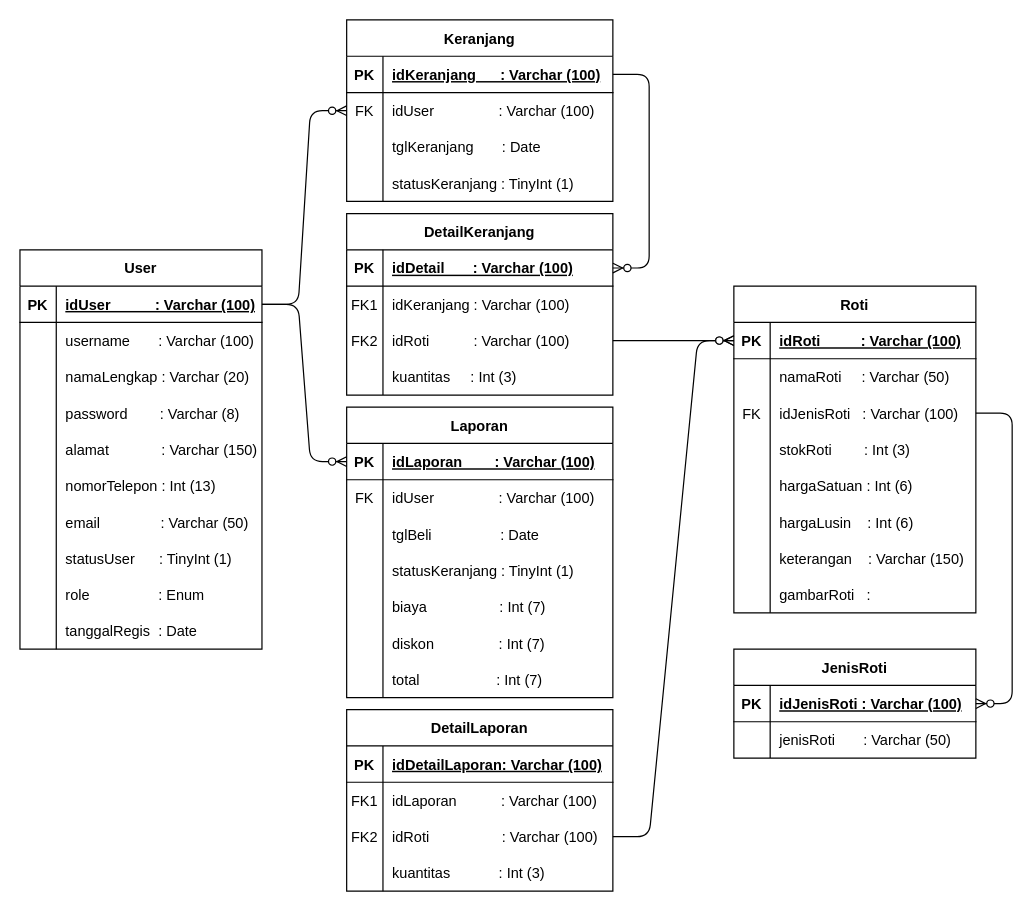
Above: Diagram/ERD.drawio in Bluesafif/FinalProject_Bootcamp (draw.io), before the change. Source tidied: cells renumbered, new cells numbered last; positions are measured from the earlier drawing's top-left corner, leaving out a move shared by most shapes. Both pictures are drawn from the tidied source at 121%, with x=0, y=0 at pixel (19, 19).
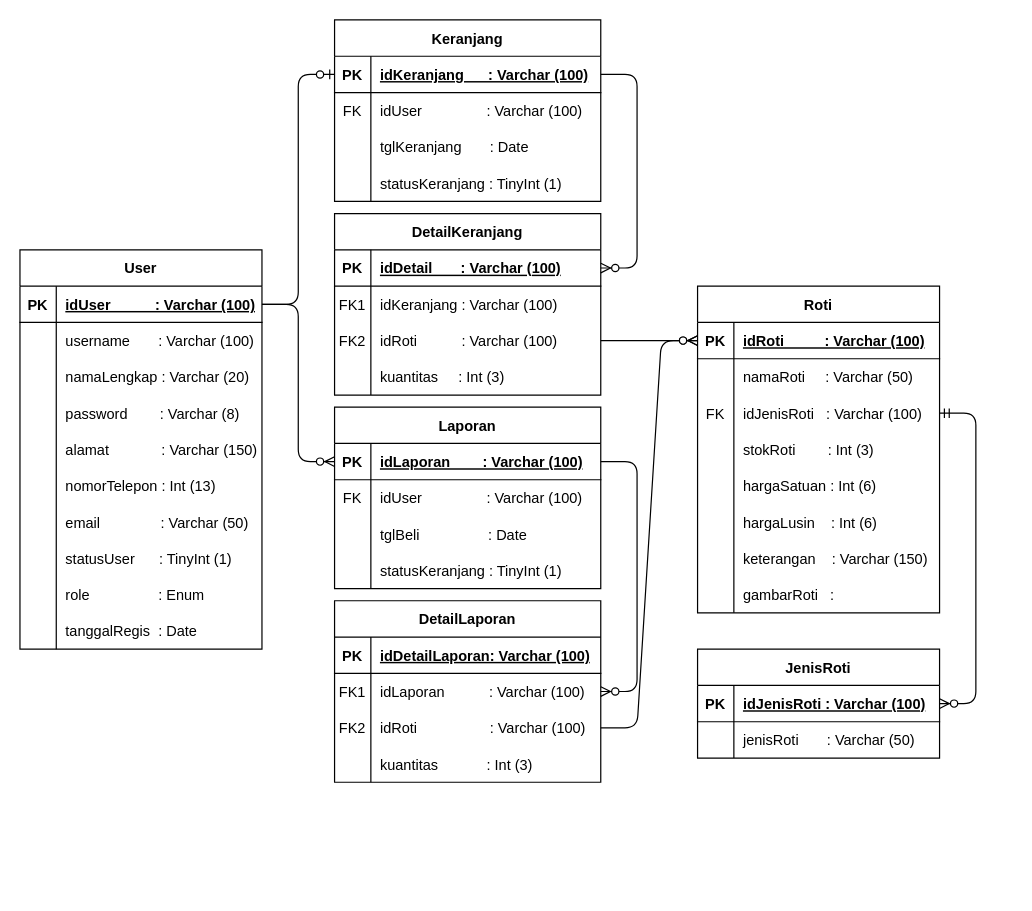
The same page after the edit.

The change refers to these unchanged cells:
```xml
<mxCell id="3" style="shape=partialRectangle;fillColor=none;top=0;left=0;bottom=1;right=0;points=[[0,0.5],[1,0.5]];portConstraint=eastwest;" parent="2" vertex="1">
  <mxGeometry y="30" width="200" height="30" as="geometry" />
</mxCell>
<mxCell id="40" style="shape=partialRectangle;fillColor=none;top=0;left=0;bottom=0;right=0;points=[[0,0.5],[1,0.5]];portConstraint=eastwest;" parent="33" vertex="1">
  <mxGeometry y="90" width="200" height="30" as="geometry" />
</mxCell>
<mxCell id="59" style="shape=partialRectangle;fillColor=none;top=0;left=0;bottom=1;right=0;points=[[0,0.5],[1,0.5]];portConstraint=eastwest;" parent="58" vertex="1">
  <mxGeometry y="30" width="220" height="30" as="geometry" />
</mxCell>
<mxCell id="62" style="shape=partialRectangle;fillColor=none;top=0;left=0;bottom=0;right=0;points=[[0,0.5],[1,0.5]];portConstraint=eastwest;" parent="58" vertex="1">
  <mxGeometry y="60" width="220" height="30" as="geometry" />
</mxCell>
<mxCell id="87" style="shape=partialRectangle;fillColor=none;top=0;left=0;bottom=1;right=0;points=[[0,0.5],[1,0.5]];portConstraint=eastwest;" parent="86" vertex="1">
  <mxGeometry y="30" width="200" height="30" as="geometry" />
</mxCell>
<mxCell id="96" style="shape=partialRectangle;fillColor=none;top=0;left=0;bottom=1;right=0;points=[[0,0.5],[1,0.5]];portConstraint=eastwest;" parent="95" vertex="1">
  <mxGeometry y="30" width="220" height="30" as="geometry" />
</mxCell>
<mxCell id="121" style="shape=partialRectangle;fillColor=none;top=0;left=0;bottom=0;right=0;points=[[0,0.5],[1,0.5]];portConstraint=eastwest;" parent="117" vertex="1">
  <mxGeometry y="60" width="220" height="30" as="geometry" />
</mxCell>
```

The edit, as a diff of the source:
```diff
@@
     <mxCell id="33" value="Roti" style="shape=table;startSize=30;childLayout=tableLayout;rowLines=0;fontStyle=1;align=center;" parent="1" vertex="1">
-      <mxGeometry x="590" y="220" width="200" height="270" as="geometry" />
+      <mxGeometry x="560" y="220" width="200" height="270" as="geometry" />
     </mxCell>
@@
     <mxCell id="58" value="Keranjang" style="shape=table;startSize=30;childLayout=tableLayout;rowLines=0;fontStyle=1;align=center;" parent="1" vertex="1">
-      <mxGeometry x="270" width="220" height="150" as="geometry" />
+      <mxGeometry x="260" width="220" height="150" as="geometry" />
     </mxCell>
@@
     <mxCell id="71" value="DetailKeranjang" style="shape=table;startSize=30;childLayout=tableLayout;rowLines=0;fontStyle=1;align=center;" parent="1" vertex="1">
-      <mxGeometry x="270" y="160" width="220" height="150" as="geometry" />
+      <mxGeometry x="260" y="160" width="220" height="150" as="geometry" />
     </mxCell>
@@
-    <mxCell id="84" style="edgeStyle=entityRelationEdgeStyle;fontSize=12;html=1;endArrow=ERzeroToMany;endFill=1;entryX=0;entryY=0.5;entryDx=0;entryDy=0;exitX=1;exitY=0.5;exitDx=0;exitDy=0;" parent="1" edge="1" source="3" target="62">
-      <mxGeometry relative="1" as="geometry" />
-    </mxCell>
@@
     <mxCell id="86" value="JenisRoti" style="shape=table;startSize=30;childLayout=tableLayout;rowLines=0;fontStyle=1;align=center;" parent="1" vertex="1">
-      <mxGeometry x="590" y="520" width="200" height="90" as="geometry" />
+      <mxGeometry x="560" y="520" width="200" height="90" as="geometry" />
     </mxCell>
@@
-    <mxCell id="93" style="edgeStyle=entityRelationEdgeStyle;fontSize=12;html=1;endArrow=ERzeroToMany;endFill=1;entryX=1;entryY=0.5;entryDx=0;entryDy=0;exitX=1;exitY=0.5;exitDx=0;exitDy=0;" parent="1" edge="1" source="40" target="87">
-      <mxGeometry relative="1" as="geometry" />
-    </mxCell>
@@
     <mxCell id="95" value="Laporan" style="shape=table;startSize=30;childLayout=tableLayout;rowLines=0;fontStyle=1;align=center;" parent="1" vertex="1">
-      <mxGeometry x="270" y="320" width="220" height="240" as="geometry" />
+      <mxGeometry x="260" y="320" width="220" height="150" as="geometry" />
     </mxCell>
@@
-    <mxCell id="108" style="shape=partialRectangle;fillColor=none;top=0;left=0;bottom=0;right=0;" parent="95" vertex="1">
-      <mxGeometry y="150" width="220" height="30" as="geometry" />
-    </mxCell>
-    <mxCell id="109" style="shape=partialRectangle;fillColor=none;top=0;left=0;bottom=0;right=0;overflow=hidden;" parent="108" vertex="1">
-      <mxGeometry width="30" height="30" as="geometry" />
-    </mxCell>
-    <mxCell id="110" value="biaya                  : Int (7)" style="shape=partialRectangle;fillColor=none;top=0;left=0;bottom=0;right=0;align=left;spacingLeft=6;overflow=hidden;" parent="108" vertex="1">
-      <mxGeometry x="30" width="190" height="30" as="geometry" />
-    </mxCell>
-    <mxCell id="111" style="shape=partialRectangle;fillColor=none;top=0;left=0;bottom=0;right=0;" parent="95" vertex="1">
-      <mxGeometry y="180" width="220" height="30" as="geometry" />
-    </mxCell>
-    <mxCell id="112" style="shape=partialRectangle;fillColor=none;top=0;left=0;bottom=0;right=0;overflow=hidden;" parent="111" vertex="1">
-      <mxGeometry width="30" height="30" as="geometry" />
-    </mxCell>
-    <mxCell id="113" value="diskon                : Int (7)" style="shape=partialRectangle;fillColor=none;top=0;left=0;bottom=0;right=0;align=left;spacingLeft=6;overflow=hidden;" parent="111" vertex="1">
-      <mxGeometry x="30" width="190" height="30" as="geometry" />
-    </mxCell>
-    <mxCell id="114" style="shape=partialRectangle;fillColor=none;top=0;left=0;bottom=0;right=0;" parent="95" vertex="1">
-      <mxGeometry y="210" width="220" height="30" as="geometry" />
-    </mxCell>
-    <mxCell id="115" style="shape=partialRectangle;fillColor=none;top=0;left=0;bottom=0;right=0;overflow=hidden;" parent="114" vertex="1">
-      <mxGeometry width="30" height="30" as="geometry" />
-    </mxCell>
-    <mxCell id="116" value="total                   : Int (7)" style="shape=partialRectangle;fillColor=none;top=0;left=0;bottom=0;right=0;align=left;spacingLeft=6;overflow=hidden;" parent="114" vertex="1">
-      <mxGeometry x="30" width="190" height="30" as="geometry" />
-    </mxCell>
     <mxCell id="117" value="DetailLaporan" style="shape=table;startSize=30;childLayout=tableLayout;rowLines=0;fontStyle=1;align=center;" parent="1" vertex="1">
-      <mxGeometry x="270" y="570" width="220" height="150" as="geometry" />
+      <mxGeometry x="260" y="480" width="220" height="150" as="geometry" />
     </mxCell>
@@
+    <mxCell id="132" style="edgeStyle=entityRelationEdgeStyle;fontSize=12;html=1;endArrow=ERzeroToMany;endFill=1;entryX=1;entryY=0.5;entryDx=0;entryDy=0;exitX=1;exitY=0.5;exitDx=0;exitDy=0;" parent="1" edge="1" source="96" target="121">
+      <mxGeometry relative="1" as="geometry" />
+    </mxCell>
+    <mxCell id="93" style="edgeStyle=entityRelationEdgeStyle;fontSize=12;html=1;endArrow=ERzeroToMany;startArrow=ERmandOne;exitX=1;exitY=0.5;exitDx=0;exitDy=0;entryX=1;entryY=0.5;entryDx=0;entryDy=0;" parent="1" edge="1" source="40" target="87">
+      <mxGeometry relative="1" as="geometry" />
+    </mxCell>
+    <mxCell id="133" style="edgeStyle=entityRelationEdgeStyle;fontSize=12;html=1;endArrow=ERzeroToOne;endFill=1;exitX=1;exitY=0.5;exitDx=0;exitDy=0;entryX=0;entryY=0.5;entryDx=0;entryDy=0;" parent="1" edge="1" source="3" target="59">
+      <mxGeometry relative="1" as="geometry" />
+    </mxCell>
```
